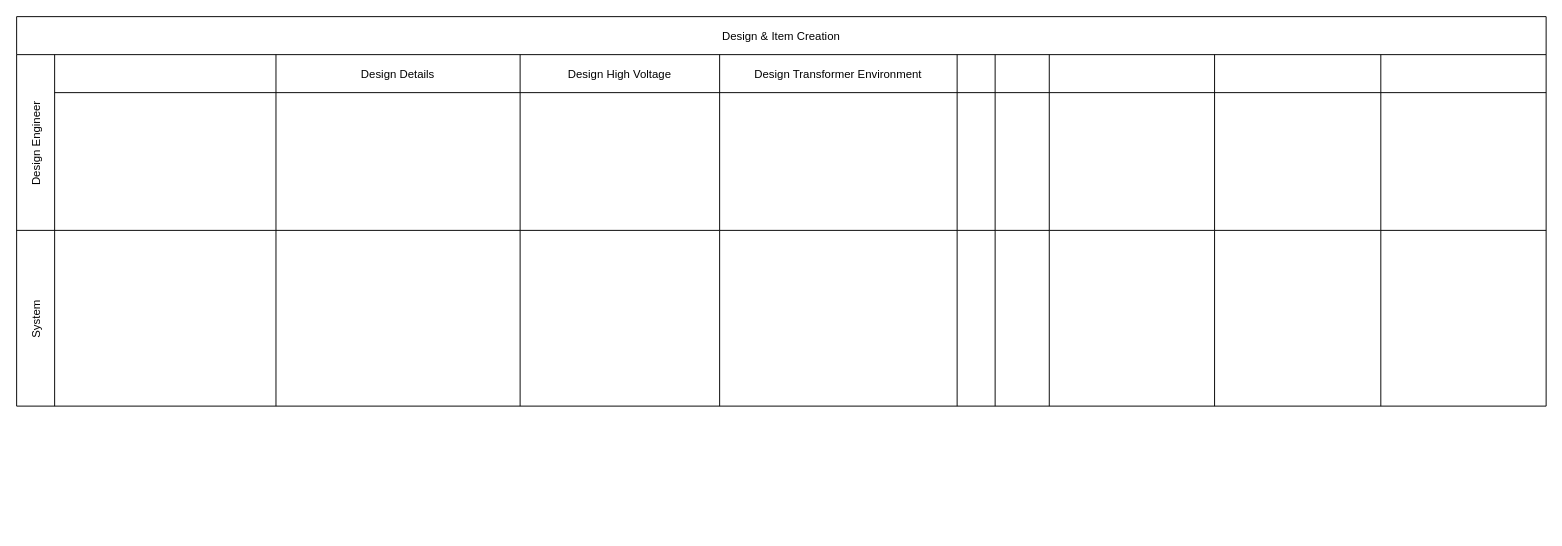
Above: SGBG.drawio in Iswariya-LMNAs/Diagrams (draw.io), before the change. Source tidied: cells renumbered, new cells numbered last; positions are measured from the earlier drawing's top-left corner, leaving out a move shared by most shapes. Both pictures are drawn from the tidied source at 95%, with x=0, y=0 at pixel (16, 16).
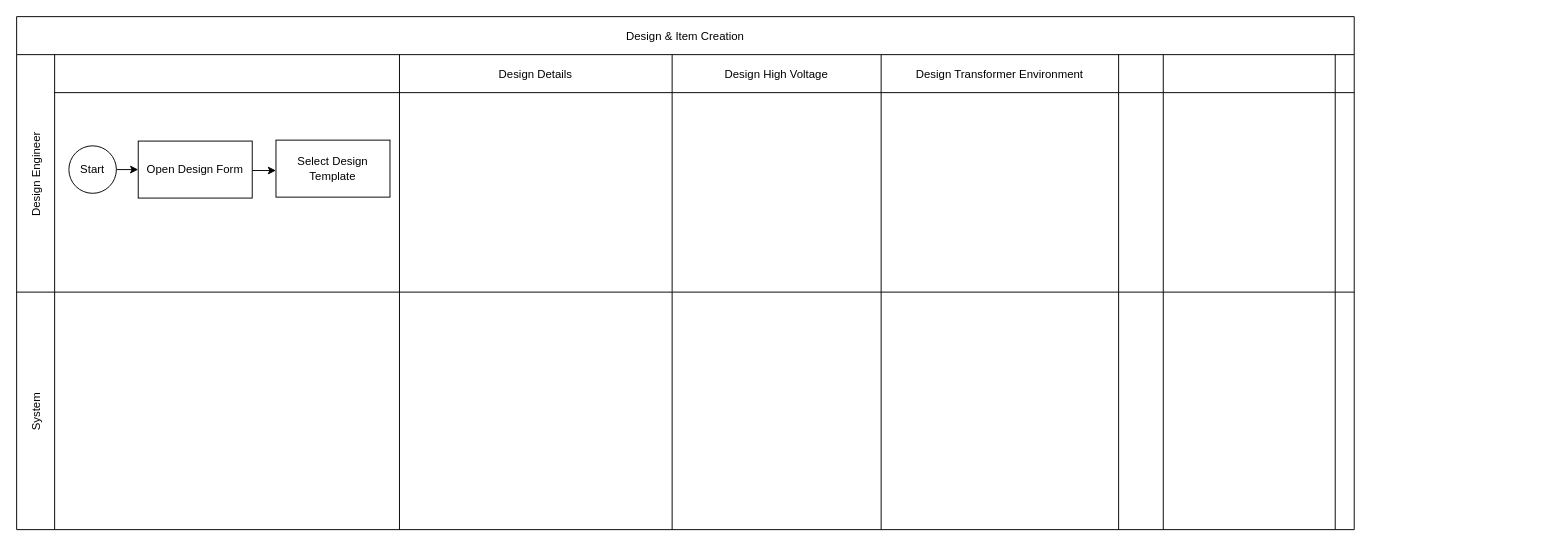
The same diagram, later.

The edit, as a diff of the source:
```diff
@@
     <mxCell id="2" value="Design &amp; Item Creation" style="shape=table;childLayout=tableLayout;startSize=40;" parent="1" vertex="1">
-      <mxGeometry width="1610" height="410" as="geometry" />
+      <mxGeometry width="1408" height="540" as="geometry" />
     </mxCell>
     <mxCell id="3" value="Design Engineer" style="shape=tableRow;horizontal=0;swimlaneHead=0;swimlaneBody=0;top=0;left=0;strokeColor=inherit;bottom=0;right=0;fontStyle=0;fillColor=none;startSize=40;" parent="2" vertex="1">
-      <mxGeometry y="40" width="1610" height="185" as="geometry" />
+      <mxGeometry y="40" width="1408" height="250" as="geometry" />
     </mxCell>
     <mxCell id="4" style="swimlane;swimlaneHead=0;swimlaneBody=0;fontStyle=0;strokeColor=inherit;fillColor=none;startSize=40;" parent="3" vertex="1">
-      <mxGeometry x="40" width="233" height="185" as="geometry" />
+      <mxGeometry x="40" width="363" height="250" as="geometry" />
     </mxCell>
     <mxCell id="5" value="Design Details" style="swimlane;swimlaneHead=0;swimlaneBody=0;fontStyle=0;strokeColor=inherit;fillColor=none;startSize=40;" parent="3" vertex="1">
-      <mxGeometry x="273" width="257" height="185" as="geometry" />
+      <mxGeometry x="403" width="287" height="250" as="geometry" />
     </mxCell>
     <mxCell id="6" value="Design High Voltage" style="swimlane;swimlaneHead=0;swimlaneBody=0;fontStyle=0;strokeColor=inherit;fillColor=none;startSize=40;" parent="3" vertex="1">
-      <mxGeometry x="530" width="210" height="185" as="geometry" />
+      <mxGeometry x="690" width="220" height="250" as="geometry" />
     </mxCell>
     <mxCell id="7" value="Design Transformer Environment" style="swimlane;swimlaneHead=0;swimlaneBody=0;fontStyle=0;strokeColor=inherit;fillColor=none;startSize=40;" parent="3" vertex="1">
-      <mxGeometry x="740" width="250" height="185" as="geometry" />
+      <mxGeometry x="910" width="250" height="250" as="geometry" />
     </mxCell>
-    <mxCell id="8" style="swimlane;swimlaneHead=0;swimlaneBody=0;fontStyle=0;strokeColor=inherit;fillColor=none;startSize=40;" parent="3" vertex="1">
-      <mxGeometry x="990" width="40" height="185" as="geometry" />
-    </mxCell>
-    <mxCell id="9" style="swimlane;swimlaneHead=0;swimlaneBody=0;fontStyle=0;strokeColor=inherit;fillColor=none;startSize=40;" parent="3" vertex="1">
-      <mxGeometry x="1030" width="57" height="185" as="geometry" />
-    </mxCell>
     <mxCell id="10" style="swimlane;swimlaneHead=0;swimlaneBody=0;fontStyle=0;strokeColor=inherit;fillColor=none;startSize=40;" parent="3" vertex="1">
-      <mxGeometry x="1087" width="174" height="185" as="geometry" />
+      <mxGeometry x="1160" width="47" height="250" as="geometry" />
     </mxCell>
     <mxCell id="11" style="swimlane;swimlaneHead=0;swimlaneBody=0;fontStyle=0;strokeColor=inherit;fillColor=none;startSize=40;" parent="3" vertex="1">
-      <mxGeometry x="1261" width="175" height="185" as="geometry" />
+      <mxGeometry x="1207" width="181" height="250" as="geometry" />
     </mxCell>
     <mxCell id="12" style="swimlane;swimlaneHead=0;swimlaneBody=0;fontStyle=0;strokeColor=inherit;fillColor=none;startSize=40;" parent="3" vertex="1">
-      <mxGeometry x="1436" width="174" height="185" as="geometry" />
+      <mxGeometry x="1388" width="20" height="250" as="geometry" />
     </mxCell>
     <mxCell id="13" value="System" style="shape=tableRow;horizontal=0;swimlaneHead=0;swimlaneBody=0;top=0;left=0;strokeColor=inherit;bottom=0;right=0;fontStyle=0;fillColor=none;startSize=40;" parent="2" vertex="1">
-      <mxGeometry y="225" width="1610" height="185" as="geometry" />
+      <mxGeometry y="290" width="1408" height="250" as="geometry" />
     </mxCell>
     <mxCell id="14" style="swimlane;swimlaneHead=0;swimlaneBody=0;fontStyle=0;strokeColor=inherit;fillColor=none;startSize=0;" parent="13" vertex="1">
-      <mxGeometry x="40" width="233" height="185" as="geometry" />
+      <mxGeometry x="40" width="363" height="250" as="geometry" />
     </mxCell>
     <mxCell id="15" style="swimlane;swimlaneHead=0;swimlaneBody=0;fontStyle=0;strokeColor=inherit;fillColor=none;startSize=0;" parent="13" vertex="1">
-      <mxGeometry x="273" width="257" height="185" as="geometry" />
+      <mxGeometry x="403" width="287" height="250" as="geometry" />
     </mxCell>
     <mxCell id="16" style="swimlane;swimlaneHead=0;swimlaneBody=0;fontStyle=0;strokeColor=inherit;fillColor=none;startSize=0;" parent="13" vertex="1">
-      <mxGeometry x="530" width="210" height="185" as="geometry" />
+      <mxGeometry x="690" width="220" height="250" as="geometry" />
     </mxCell>
     <mxCell id="17" style="swimlane;swimlaneHead=0;swimlaneBody=0;fontStyle=0;strokeColor=inherit;fillColor=none;startSize=0;" parent="13" vertex="1">
-      <mxGeometry x="740" width="250" height="185" as="geometry" />
+      <mxGeometry x="910" width="250" height="250" as="geometry" />
     </mxCell>
-    <mxCell id="18" style="swimlane;swimlaneHead=0;swimlaneBody=0;fontStyle=0;strokeColor=inherit;fillColor=none;startSize=0;" parent="13" vertex="1">
-      <mxGeometry x="990" width="40" height="185" as="geometry" />
-    </mxCell>
-    <mxCell id="19" style="swimlane;swimlaneHead=0;swimlaneBody=0;fontStyle=0;strokeColor=inherit;fillColor=none;startSize=0;" parent="13" vertex="1">
-      <mxGeometry x="1030" width="57" height="185" as="geometry" />
-    </mxCell>
     <mxCell id="20" style="swimlane;swimlaneHead=0;swimlaneBody=0;fontStyle=0;strokeColor=inherit;fillColor=none;startSize=0;" parent="13" vertex="1">
-      <mxGeometry x="1087" width="174" height="185" as="geometry" />
+      <mxGeometry x="1160" width="47" height="250" as="geometry" />
     </mxCell>
     <mxCell id="21" style="swimlane;swimlaneHead=0;swimlaneBody=0;fontStyle=0;strokeColor=inherit;fillColor=none;startSize=0;" parent="13" vertex="1">
-      <mxGeometry x="1261" width="175" height="185" as="geometry" />
+      <mxGeometry x="1207" width="181" height="250" as="geometry" />
     </mxCell>
     <mxCell id="22" style="swimlane;swimlaneHead=0;swimlaneBody=0;fontStyle=0;strokeColor=inherit;fillColor=none;startSize=0;" parent="13" vertex="1">
-      <mxGeometry x="1436" width="174" height="185" as="geometry" />
+      <mxGeometry x="1388" width="20" height="250" as="geometry" />
     </mxCell>
+    <mxCell id="23" style="edgeStyle=orthogonalEdgeStyle;rounded=0;jettySize=auto;html=1;exitX=1;exitY=0.5;exitDx=0;exitDy=0;entryX=0;entryY=0.5;entryDx=0;entryDy=0;" parent="1" edge="1" source="24" target="26">
+      <mxGeometry relative="1" as="geometry" />
+    </mxCell>
+    <mxCell id="24" value="Start" style="ellipse;whiteSpace=wrap;html=1;" parent="1" vertex="1">
+      <mxGeometry x="55" y="136" width="50" height="50" as="geometry" />
+    </mxCell>
+    <mxCell id="25" style="edgeStyle=orthogonalEdgeStyle;rounded=0;orthogonalLoop=1;jettySize=auto;html=1;" parent="1" edge="1">
+      <mxGeometry relative="1" as="geometry">
+        <mxPoint x="248" y="162" as="sourcePoint" />
+        <mxPoint x="273" y="162" as="targetPoint" />
+      </mxGeometry>
+    </mxCell>
+    <mxCell id="26" value="Open Design Form" style="rounded=0;whiteSpace=wrap;html=1;" parent="1" vertex="1">
+      <mxGeometry x="128" y="131" width="120" height="60" as="geometry" />
+    </mxCell>
+    <mxCell id="27" value="Select Design Template" style="rounded=0;whiteSpace=wrap;html=1;" parent="1" vertex="1">
+      <mxGeometry x="273" y="130" width="120" height="60" as="geometry" />
+    </mxCell>
```
